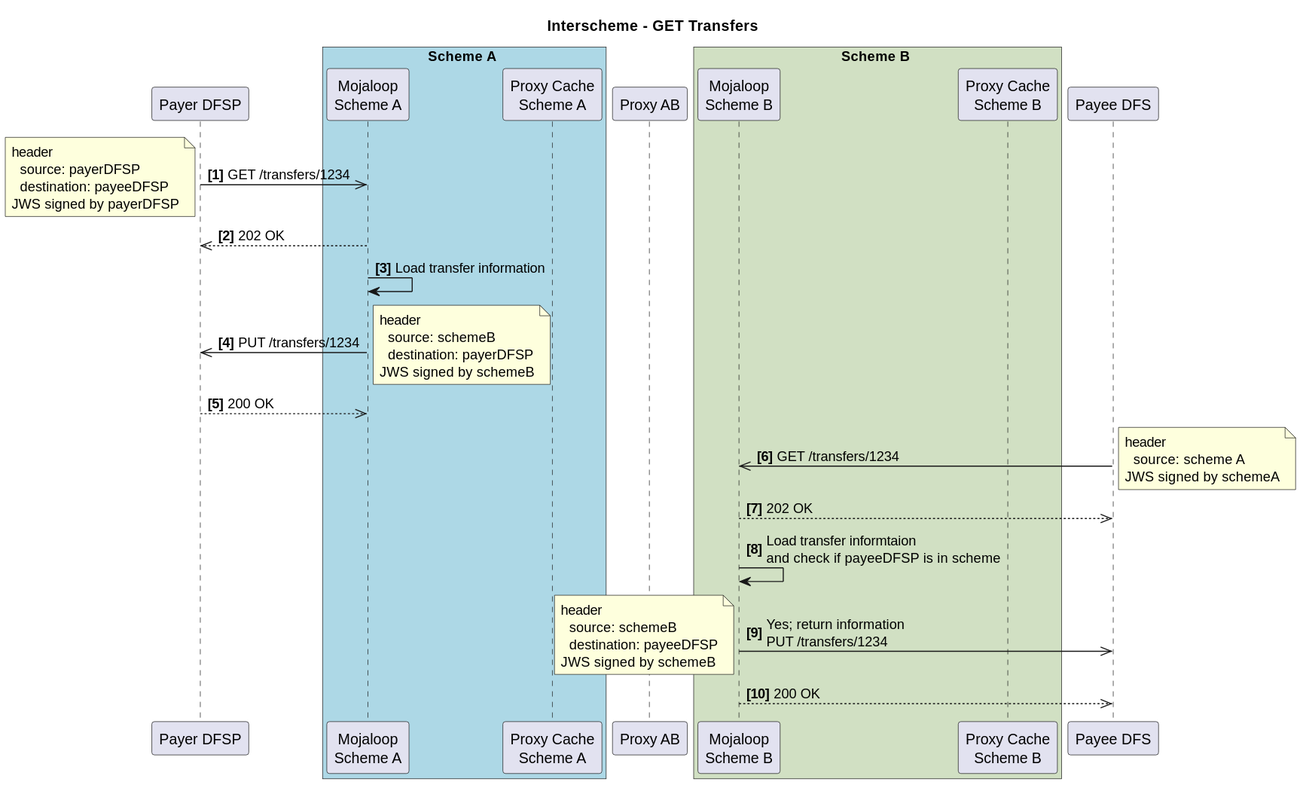
Above: docs/fr/product/features/Interscheme/Interscheme-GETTransfer.svg in mojaloop/documentation (PlantUML), before the change. Its source is kept beside it as docs/fr/product/features/Interscheme/Interscheme-GETTransfer.plantuml.
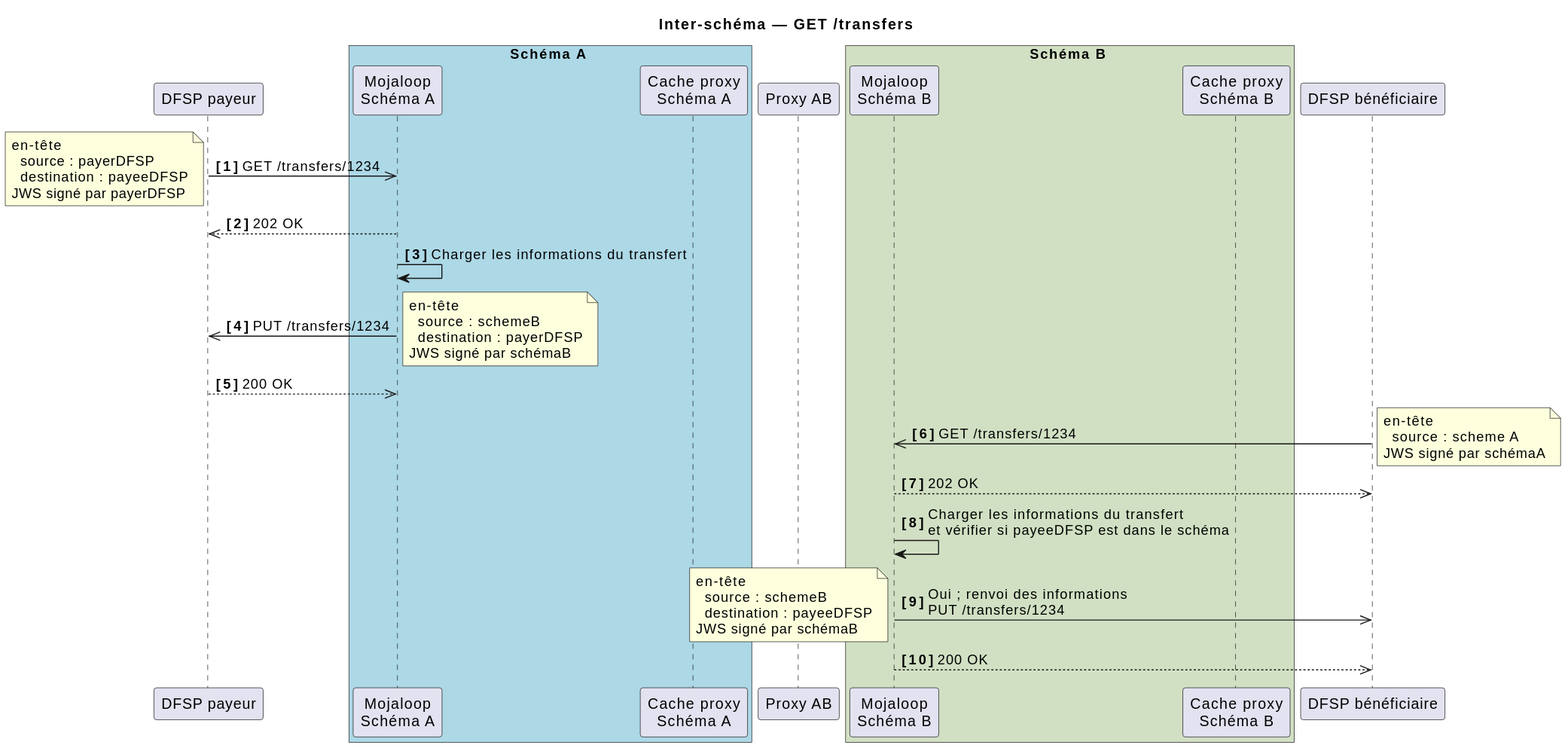
After the commit.

Diff of the diagram source:
```diff
@@ -1,55 +1,55 @@
 @startuml Interscheme-GETTransfer
 
-title Interscheme - GET Transfers
+title Inter-schéma — GET /transfers
 
-participant "Payer DFSP" as payerDFSP
-box Scheme A #LightBlue
-  participant "Mojaloop\nScheme A" as schemeA
-  participant "Proxy Cache\nScheme A" as pc_A
+participant "DFSP payeur" as payerDFSP
+box Schéma A #LightBlue
+  participant "Mojaloop\nSchéma A" as schemeA
+  participant "Cache proxy\nSchéma A" as pc_A
 end box
 participant "Proxy AB" as xnp
-box Scheme B #d1e0c3
-  participant "Mojaloop\nScheme B" as schemeB
-  participant "Proxy Cache\nScheme B" as pc_B
+box Schéma B #d1e0c3
+  participant "Mojaloop\nSchéma B" as schemeB
+  participant "Cache proxy\nSchéma B" as pc_B
 end box
-participant "Payee DFS" as payeeDFSP
+participant "DFSP bénéficiaire" as payeeDFSP
 
 autonumber 1 "<b>[0]"
 
 payerDFSP ->> schemeA: GET /transfers/1234
 note left
-header
-  source: payerDFSP
-  destination: payeeDFSP
-JWS signed by payerDFSP
+en-tête
+  source : payerDFSP
+  destination : payeeDFSP
+JWS signé par payerDFSP
 end note
 schemeA -->> payerDFSP: 202 OK
-schemeA -> schemeA: Load transfer information
+schemeA -> schemeA: Charger les informations du transfert
 
 
 schemeA->>payerDFSP: PUT /transfers/1234
 note right
-header
-  source: schemeB
-  destination: payerDFSP
-JWS signed by schemeB
+en-tête
+  source : schemeB
+  destination : payerDFSP
+JWS signé par schémaB
 end note
 payerDFSP -->> schemeA: 200 OK
 
 payeeDFSP->>schemeB: GET /transfers/1234
 note right
-header
-  source: scheme A
-JWS signed by schemeA
+en-tête
+  source : scheme A
+JWS signé par schémaA
 end note
 schemeB -->> payeeDFSP: 202 OK
-schemeB -> schemeB: Load transfer informtaion\nand check if payeeDFSP is in scheme
-schemeB->>payeeDFSP: Yes; return information\nPUT /transfers/1234
+schemeB -> schemeB: Charger les informations du transfert\net vérifier si payeeDFSP est dans le schéma
+schemeB->>payeeDFSP: Oui ; renvoi des informations\nPUT /transfers/1234
 note left
-header
-  source: schemeB
-  destination: payeeDFSP
-JWS signed by schemeB
+en-tête
+  source : schemeB
+  destination : payeeDFSP
+JWS signé par schémaB
 end note
 schemeB -->> payeeDFSP: 200 OK
 
```
